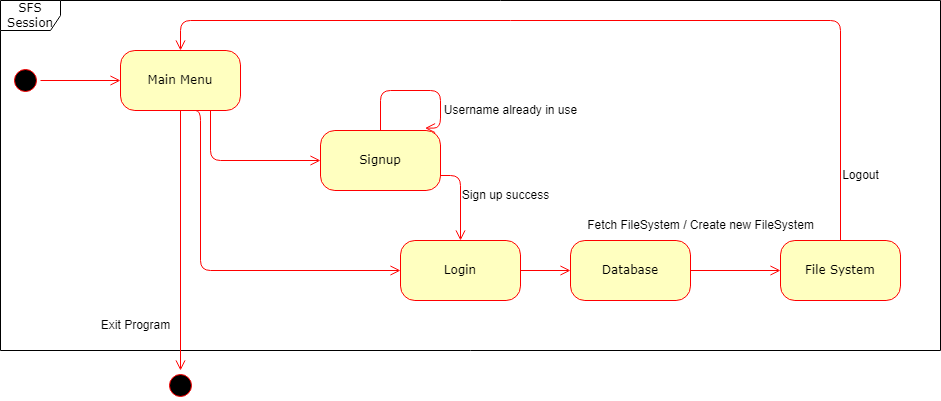
The draw.io diagram Design/State Diagram.drawio.png in ECE422-Project/SFS, before a commit. Source tidied: cells renumbered, new cells last; positions are measured from the earlier drawing's top-left corner, leaving out a move shared by most shapes. The source it was exported from:
```xml
<mxGraphModel background="#ffffff">
  <root>
    <mxCell id="0" />
    <mxCell id="1" parent="0" />
    <mxCell id="2" style="ellipse;html=1;shape=startState;fillColor=#000000;strokeColor=#ff0000;rounded=1;shadow=0;comic=0;labelBackgroundColor=none;fontFamily=Verdana;fontSize=12;fontColor=#000000;align=center;direction=south;" parent="1" vertex="1">
      <mxGeometry x="10" y="65" width="30" height="30" as="geometry" />
    </mxCell>
    <mxCell id="3" value="Main Menu" style="rounded=1;whiteSpace=wrap;html=1;arcSize=24;fillColor=#ffffc0;strokeColor=#ff0000;shadow=0;comic=0;labelBackgroundColor=none;fontFamily=Verdana;fontSize=12;fontColor=#000000;align=center;" parent="1" vertex="1">
      <mxGeometry x="120" y="50" width="120" height="60" as="geometry" />
    </mxCell>
    <mxCell id="4" style="edgeStyle=orthogonalEdgeStyle;html=1;exitX=0.5;exitY=0;labelBackgroundColor=none;endArrow=open;endSize=8;strokeColor=#ff0000;fontFamily=Verdana;fontSize=12;align=left;exitDx=0;exitDy=0;entryX=0.871;entryY=-0.04;entryDx=0;entryDy=0;entryPerimeter=0;" parent="1" edge="1" source="5" target="5">
      <mxGeometry relative="1" as="geometry">
        <Array as="points">
          <mxPoint x="380" y="90" />
          <mxPoint x="440" y="90" />
          <mxPoint x="440" y="128" />
        </Array>
      </mxGeometry>
    </mxCell>
    <mxCell id="5" value="Signup" style="rounded=1;whiteSpace=wrap;html=1;arcSize=24;fillColor=#ffffc0;strokeColor=#ff0000;shadow=0;comic=0;labelBackgroundColor=none;fontFamily=Verdana;fontSize=12;fontColor=#000000;align=center;" parent="1" vertex="1">
      <mxGeometry x="320" y="130" width="120" height="60" as="geometry" />
    </mxCell>
    <mxCell id="6" value="File System" style="rounded=1;whiteSpace=wrap;html=1;arcSize=24;fillColor=#ffffc0;strokeColor=#ff0000;shadow=0;comic=0;labelBackgroundColor=none;fontFamily=Verdana;fontSize=12;fontColor=#000000;align=center;" parent="1" vertex="1">
      <mxGeometry x="780" y="240" width="120" height="60" as="geometry" />
    </mxCell>
    <mxCell id="7" value="Login" style="rounded=1;whiteSpace=wrap;html=1;arcSize=24;fillColor=#ffffc0;strokeColor=#ff0000;shadow=0;comic=0;labelBackgroundColor=none;fontFamily=Verdana;fontSize=12;fontColor=#000000;align=center;" parent="1" vertex="1">
      <mxGeometry x="400" y="240" width="120" height="60" as="geometry" />
    </mxCell>
    <mxCell id="8" style="edgeStyle=orthogonalEdgeStyle;html=1;labelBackgroundColor=none;endArrow=open;endSize=8;strokeColor=#ff0000;fontFamily=Verdana;fontSize=12;align=left;" parent="1" edge="1" source="2" target="3">
      <mxGeometry relative="1" as="geometry" />
    </mxCell>
    <mxCell id="9" style="edgeStyle=orthogonalEdgeStyle;html=1;labelBackgroundColor=none;endArrow=open;endSize=8;strokeColor=#ff0000;fontFamily=Verdana;fontSize=12;align=left;entryX=0;entryY=0.5;" parent="1" edge="1" source="3" target="5">
      <mxGeometry relative="1" as="geometry">
        <Array as="points">
          <mxPoint x="210" y="160" />
        </Array>
      </mxGeometry>
    </mxCell>
    <mxCell id="10" style="edgeStyle=orthogonalEdgeStyle;html=1;entryX=0.5;entryY=0;labelBackgroundColor=none;endArrow=open;endSize=8;strokeColor=#ff0000;fontFamily=Verdana;fontSize=12;align=left;entryDx=0;entryDy=0;" parent="1" edge="1" target="3">
      <mxGeometry relative="1" as="geometry">
        <mxPoint x="840" y="240" as="sourcePoint" />
        <Array as="points">
          <mxPoint x="840" y="20" />
          <mxPoint x="180" y="20" />
        </Array>
      </mxGeometry>
    </mxCell>
    <mxCell id="11" style="edgeStyle=orthogonalEdgeStyle;html=1;exitX=1;exitY=0.75;entryX=0.5;entryY=0;labelBackgroundColor=none;endArrow=open;endSize=8;strokeColor=#ff0000;fontFamily=Verdana;fontSize=12;align=left;exitDx=0;exitDy=0;entryDx=0;entryDy=0;" parent="1" edge="1" source="5" target="7">
      <mxGeometry relative="1" as="geometry" />
    </mxCell>
    <mxCell id="12" style="edgeStyle=orthogonalEdgeStyle;html=1;exitX=1;exitY=0.5;labelBackgroundColor=none;endArrow=open;endSize=8;strokeColor=#ff0000;fontFamily=Verdana;fontSize=12;align=left;entryX=0;entryY=0.5;entryDx=0;entryDy=0;exitDx=0;exitDy=0;" parent="1" edge="1" source="7" target="18">
      <mxGeometry relative="1" as="geometry" />
    </mxCell>
    <mxCell id="13" value="SFS Session" style="shape=umlFrame;whiteSpace=wrap;html=1;rounded=1;shadow=0;comic=0;labelBackgroundColor=none;strokeWidth=1;fontFamily=Verdana;fontSize=12;align=center;" parent="1" vertex="1">
      <mxGeometry width="940" height="350" as="geometry" />
    </mxCell>
    <mxCell id="14" value="Username already in use" style="text;html=1;align=center;verticalAlign=middle;strokeColor=none;fillColor=none;" parent="1" vertex="1">
      <mxGeometry x="430" y="95" width="160" height="30" as="geometry" />
    </mxCell>
    <mxCell id="15" value="Sign up success" style="text;html=1;align=center;verticalAlign=middle;strokeColor=none;fillColor=none;" parent="1" vertex="1">
      <mxGeometry x="450" y="180" width="110" height="30" as="geometry" />
    </mxCell>
    <mxCell id="16" style="edgeStyle=orthogonalEdgeStyle;html=1;labelBackgroundColor=none;endArrow=open;endSize=8;strokeColor=#ff0000;fontFamily=Verdana;fontSize=12;align=left;entryX=0;entryY=0.5;entryDx=0;entryDy=0;" parent="1" edge="1" target="7">
      <mxGeometry relative="1" as="geometry">
        <mxPoint x="190" y="110" as="sourcePoint" />
        <Array as="points">
          <mxPoint x="200" y="110" />
          <mxPoint x="200" y="270" />
        </Array>
      </mxGeometry>
    </mxCell>
    <mxCell id="17" value="Logout" style="text;html=1;align=center;verticalAlign=middle;strokeColor=none;fillColor=none;" parent="1" vertex="1">
      <mxGeometry x="830" y="160" width="60" height="30" as="geometry" />
    </mxCell>
    <mxCell id="18" value="Database" style="rounded=1;whiteSpace=wrap;html=1;arcSize=24;fillColor=#ffffc0;strokeColor=#ff0000;shadow=0;comic=0;labelBackgroundColor=none;fontFamily=Verdana;fontSize=12;fontColor=#000000;align=center;" parent="1" vertex="1">
      <mxGeometry x="570" y="240" width="120" height="60" as="geometry" />
    </mxCell>
    <mxCell id="19" style="edgeStyle=orthogonalEdgeStyle;html=1;exitX=1;exitY=0.5;labelBackgroundColor=none;endArrow=open;endSize=8;strokeColor=#ff0000;fontFamily=Verdana;fontSize=12;align=left;entryX=0;entryY=0.5;entryDx=0;entryDy=0;exitDx=0;exitDy=0;" parent="1" edge="1" source="18" target="6">
      <mxGeometry relative="1" as="geometry" />
    </mxCell>
    <mxCell id="20" value="Fetch FileSystem / Create new FileSystem" style="text;html=1;align=center;verticalAlign=middle;strokeColor=none;fillColor=none;" parent="1" vertex="1">
      <mxGeometry x="575" y="210" width="250" height="30" as="geometry" />
    </mxCell>
    <mxCell id="21" style="edgeStyle=orthogonalEdgeStyle;html=1;labelBackgroundColor=none;endArrow=open;endSize=8;strokeColor=#ff0000;fontFamily=Verdana;fontSize=12;align=left;exitX=0.5;exitY=1;exitDx=0;exitDy=0;" parent="1" edge="1" source="3">
      <mxGeometry relative="1" as="geometry">
        <mxPoint x="180" y="370" as="targetPoint" />
      </mxGeometry>
    </mxCell>
    <mxCell id="22" style="ellipse;html=1;shape=startState;fillColor=#000000;strokeColor=#ff0000;rounded=1;shadow=0;comic=0;labelBackgroundColor=none;fontFamily=Verdana;fontSize=12;fontColor=#000000;align=center;direction=south;" parent="1" vertex="1">
      <mxGeometry x="165" y="370" width="30" height="30" as="geometry" />
    </mxCell>
    <mxCell id="23" value="Exit Program" style="text;html=1;align=center;verticalAlign=middle;strokeColor=none;fillColor=none;" parent="1" vertex="1">
      <mxGeometry x="90" y="310" width="90" height="30" as="geometry" />
    </mxCell>
  </root>
</mxGraphModel>
```
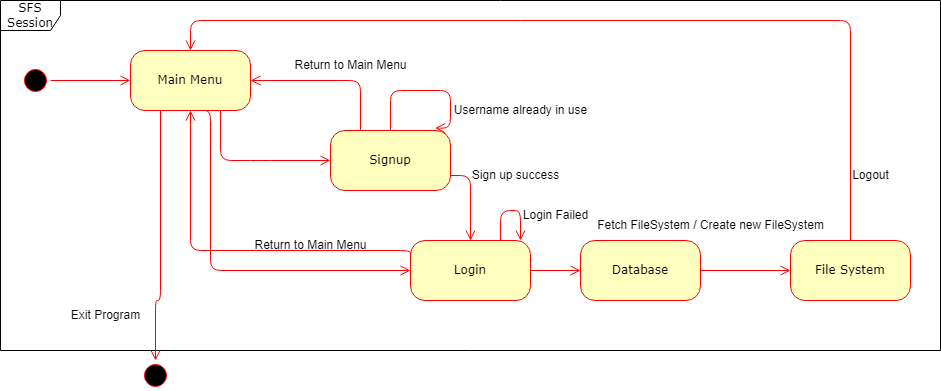
After the commit.

Diff of the diagram source:
```diff
@@ -33,6 +33,7 @@
       <mxGeometry relative="1" as="geometry">
         <Array as="points">
           <mxPoint x="210" y="160" />
+          <mxPoint x="250" y="160" />
         </Array>
       </mxGeometry>
     </mxCell>
@@ -52,13 +53,13 @@
       <mxGeometry relative="1" as="geometry" />
     </mxCell>
     <mxCell id="13" value="SFS Session" style="shape=umlFrame;whiteSpace=wrap;html=1;rounded=1;shadow=0;comic=0;labelBackgroundColor=none;strokeWidth=1;fontFamily=Verdana;fontSize=12;align=center;" parent="1" vertex="1">
-      <mxGeometry width="940" height="350" as="geometry" />
+      <mxGeometry x="-10" width="940" height="350" as="geometry" />
     </mxCell>
     <mxCell id="14" value="Username already in use" style="text;html=1;align=center;verticalAlign=middle;strokeColor=none;fillColor=none;" parent="1" vertex="1">
       <mxGeometry x="430" y="95" width="160" height="30" as="geometry" />
     </mxCell>
     <mxCell id="15" value="Sign up success" style="text;html=1;align=center;verticalAlign=middle;strokeColor=none;fillColor=none;" parent="1" vertex="1">
-      <mxGeometry x="450" y="180" width="110" height="30" as="geometry" />
+      <mxGeometry x="450" y="160" width="110" height="30" as="geometry" />
     </mxCell>
     <mxCell id="16" style="edgeStyle=orthogonalEdgeStyle;html=1;labelBackgroundColor=none;endArrow=open;endSize=8;strokeColor=#ff0000;fontFamily=Verdana;fontSize=12;align=left;entryX=0;entryY=0.5;entryDx=0;entryDy=0;" parent="1" edge="1" target="7">
       <mxGeometry relative="1" as="geometry">
@@ -81,16 +82,53 @@
     <mxCell id="20" value="Fetch FileSystem / Create new FileSystem" style="text;html=1;align=center;verticalAlign=middle;strokeColor=none;fillColor=none;" parent="1" vertex="1">
       <mxGeometry x="575" y="210" width="250" height="30" as="geometry" />
     </mxCell>
-    <mxCell id="21" style="edgeStyle=orthogonalEdgeStyle;html=1;labelBackgroundColor=none;endArrow=open;endSize=8;strokeColor=#ff0000;fontFamily=Verdana;fontSize=12;align=left;exitX=0.5;exitY=1;exitDx=0;exitDy=0;" parent="1" edge="1" source="3">
+    <mxCell id="21" style="edgeStyle=orthogonalEdgeStyle;html=1;labelBackgroundColor=none;endArrow=open;endSize=8;strokeColor=#ff0000;fontFamily=Verdana;fontSize=12;align=left;exitX=0.25;exitY=1;exitDx=0;exitDy=0;entryX=0;entryY=0.5;entryDx=0;entryDy=0;" parent="1" edge="1" source="3" target="22">
       <mxGeometry relative="1" as="geometry">
-        <mxPoint x="180" y="370" as="targetPoint" />
+        <Array as="points">
+          <mxPoint x="150" y="300" />
+          <mxPoint x="145" y="300" />
+        </Array>
       </mxGeometry>
     </mxCell>
     <mxCell id="22" style="ellipse;html=1;shape=startState;fillColor=#000000;strokeColor=#ff0000;rounded=1;shadow=0;comic=0;labelBackgroundColor=none;fontFamily=Verdana;fontSize=12;fontColor=#000000;align=center;direction=south;" parent="1" vertex="1">
-      <mxGeometry x="165" y="370" width="30" height="30" as="geometry" />
+      <mxGeometry x="130" y="360" width="30" height="30" as="geometry" />
     </mxCell>
     <mxCell id="23" value="Exit Program" style="text;html=1;align=center;verticalAlign=middle;strokeColor=none;fillColor=none;" parent="1" vertex="1">
-      <mxGeometry x="90" y="310" width="90" height="30" as="geometry" />
+      <mxGeometry x="50" y="300" width="90" height="30" as="geometry" />
     </mxCell>
+    <mxCell id="24" style="edgeStyle=orthogonalEdgeStyle;html=1;exitX=0.5;exitY=0;labelBackgroundColor=none;endArrow=open;endSize=8;strokeColor=#ff0000;fontFamily=Verdana;fontSize=12;align=left;exitDx=0;exitDy=0;" parent="1" edge="1">
+      <mxGeometry relative="1" as="geometry">
+        <mxPoint x="490" y="240" as="sourcePoint" />
+        <mxPoint x="510" y="240" as="targetPoint" />
+        <Array as="points">
+          <mxPoint x="490" y="210" />
+          <mxPoint x="510" y="210" />
+        </Array>
+      </mxGeometry>
+    </mxCell>
+    <mxCell id="25" value="Login Failed" style="text;html=1;align=center;verticalAlign=middle;strokeColor=none;fillColor=none;" parent="1" vertex="1">
+      <mxGeometry x="500" y="200" width="90" height="30" as="geometry" />
+    </mxCell>
+    <mxCell id="26" style="edgeStyle=orthogonalEdgeStyle;html=1;labelBackgroundColor=none;endArrow=open;endSize=8;strokeColor=#ff0000;fontFamily=Verdana;fontSize=12;align=left;entryX=1;entryY=0.5;exitX=0.25;exitY=0;exitDx=0;exitDy=0;entryDx=0;entryDy=0;" parent="1" edge="1" source="5" target="3">
+      <mxGeometry relative="1" as="geometry">
+        <Array as="points">
+          <mxPoint x="350" y="80" />
+        </Array>
+      </mxGeometry>
+    </mxCell>
+    <mxCell id="27" value="Return to Main Menu" style="text;html=1;align=center;verticalAlign=middle;strokeColor=none;fillColor=none;" parent="1" vertex="1">
+      <mxGeometry x="270" y="50" width="140" height="30" as="geometry" />
+    </mxCell>
+    <mxCell id="28" value="Return to Main Menu" style="text;html=1;align=center;verticalAlign=middle;strokeColor=none;fillColor=none;" parent="1" vertex="1">
+      <mxGeometry x="230" y="230" width="140" height="30" as="geometry" />
+    </mxCell>
+    <mxCell id="29" style="edgeStyle=orthogonalEdgeStyle;html=1;labelBackgroundColor=none;endArrow=open;endSize=8;strokeColor=#ff0000;fontFamily=Verdana;fontSize=12;align=left;entryX=0.5;entryY=1;entryDx=0;entryDy=0;exitX=0;exitY=0.25;exitDx=0;exitDy=0;" parent="1" edge="1" source="7" target="3">
+      <mxGeometry relative="1" as="geometry">
+        <Array as="points">
+          <mxPoint x="400" y="250" />
+          <mxPoint x="180" y="250" />
+        </Array>
+      </mxGeometry>
+    </mxCell>
   </root>
 </mxGraphModel>
```
